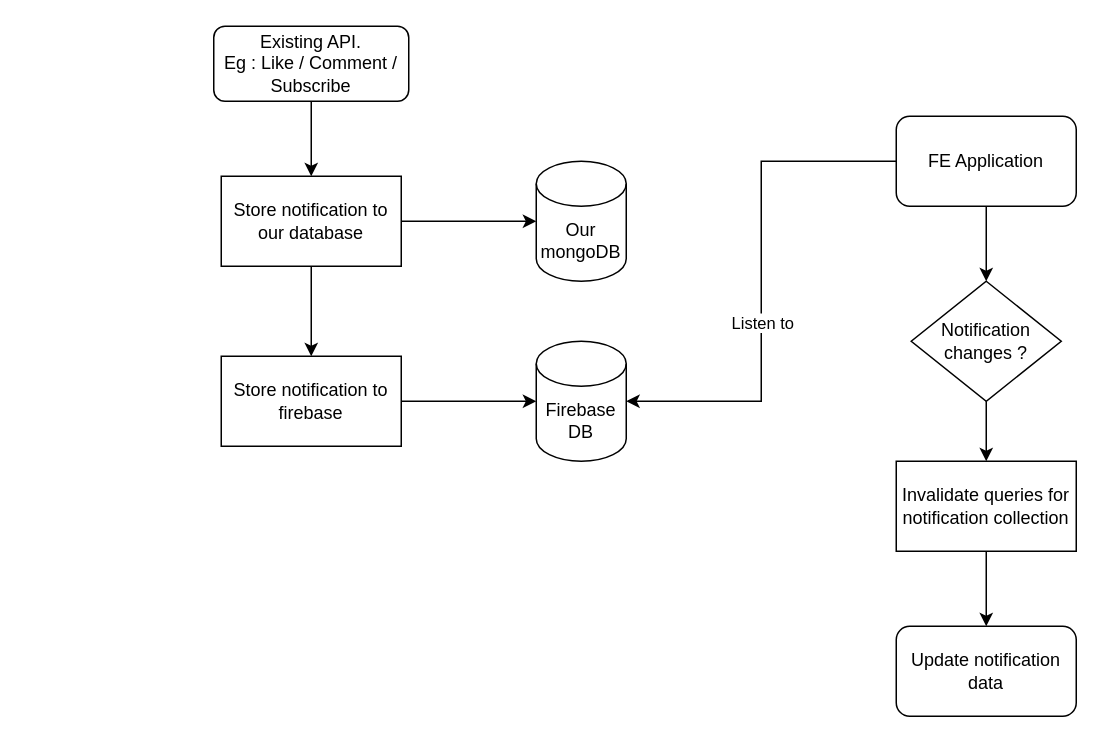
Before: push-notification/Untitled Diagram.drawio in sunakujira98/diagram, a draw.io diagram. Source tidied: cells renumbered, new cells numbered last; positions are measured from the earlier drawing's top-left corner, leaving out a move shared by most shapes. Both pictures are drawn from the tidied source at 150%, with x=0, y=0 at pixel (213, 26).
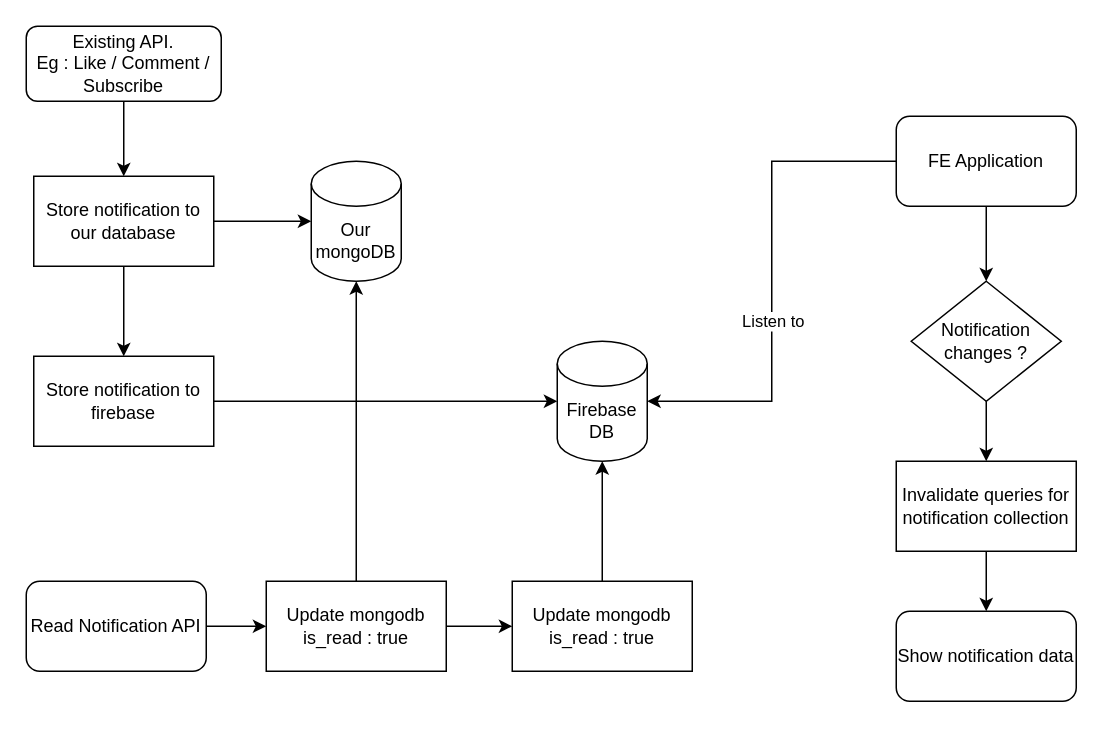
Above is the later version.

What changed in the source:
```diff
@@
     <mxCell id="3" value="Existing API.&lt;br&gt;Eg : Like / Comment / Subscribe" style="rounded=1;whiteSpace=wrap;html=1;fontSize=12;glass=0;strokeWidth=1;shadow=0;" parent="1" vertex="1">
-      <mxGeometry width="130" height="50" as="geometry" />
+      <mxGeometry x="-125" width="130" height="50" as="geometry" />
     </mxCell>
@@
     <mxCell id="10" value="Store notification to our database" style="rounded=0;whiteSpace=wrap;html=1;" parent="1" vertex="1">
-      <mxGeometry x="5" y="100" width="120" height="60" as="geometry" />
+      <mxGeometry x="-120" y="100" width="120" height="60" as="geometry" />
     </mxCell>
@@
     <mxCell id="12" value="Store notification to firebase" style="rounded=0;whiteSpace=wrap;html=1;" parent="1" vertex="1">
-      <mxGeometry x="5" y="220" width="120" height="60" as="geometry" />
+      <mxGeometry x="-120" y="220" width="120" height="60" as="geometry" />
     </mxCell>
@@
     <mxCell id="15" value="Firebase DB" style="shape=cylinder3;whiteSpace=wrap;html=1;boundedLbl=1;backgroundOutline=1;size=15;" parent="1" vertex="1">
-      <mxGeometry x="215" y="210" width="60" height="80" as="geometry" />
+      <mxGeometry x="229" y="210" width="60" height="80" as="geometry" />
     </mxCell>
     <mxCell id="16" value="Our mongoDB" style="shape=cylinder3;whiteSpace=wrap;html=1;boundedLbl=1;backgroundOutline=1;size=15;" parent="1" vertex="1">
-      <mxGeometry x="215" y="90" width="60" height="80" as="geometry" />
+      <mxGeometry x="65" y="90" width="60" height="80" as="geometry" />
     </mxCell>
@@
-    <mxCell id="23" value="Update notification data" style="rounded=1;whiteSpace=wrap;html=1;" parent="1" vertex="1">
-      <mxGeometry x="455" y="400" width="120" height="60" as="geometry" />
+    <mxCell id="23" value="Show notification data" style="rounded=1;whiteSpace=wrap;html=1;" parent="1" vertex="1">
+      <mxGeometry x="455" y="390" width="120" height="60" as="geometry" />
     </mxCell>
+    <mxCell id="24" style="edgeStyle=orthogonalEdgeStyle;rounded=0;jettySize=auto;html=1;" parent="1" edge="1" source="25" target="28">
+      <mxGeometry relative="1" as="geometry" />
+    </mxCell>
+    <mxCell id="25" value="Read Notification API" style="rounded=1;whiteSpace=wrap;html=1;" parent="1" vertex="1">
+      <mxGeometry x="-125" y="370" width="120" height="60" as="geometry" />
+    </mxCell>
+    <mxCell id="26" style="edgeStyle=orthogonalEdgeStyle;rounded=0;jettySize=auto;html=1;" parent="1" edge="1" source="28" target="29">
+      <mxGeometry relative="1" as="geometry" />
+    </mxCell>
+    <mxCell id="27" style="edgeStyle=orthogonalEdgeStyle;rounded=0;jettySize=auto;html=1;" parent="1" edge="1" source="28" target="16">
+      <mxGeometry relative="1" as="geometry" />
+    </mxCell>
+    <mxCell id="28" value="Update mongodb is_read : true" style="rounded=0;whiteSpace=wrap;html=1;" parent="1" vertex="1">
+      <mxGeometry x="35" y="370" width="120" height="60" as="geometry" />
+    </mxCell>
+    <mxCell id="29" value="Update mongodb is_read : true" style="rounded=0;whiteSpace=wrap;html=1;" parent="1" vertex="1">
+      <mxGeometry x="199" y="370" width="120" height="60" as="geometry" />
+    </mxCell>
+    <mxCell id="30" style="edgeStyle=orthogonalEdgeStyle;rounded=0;jettySize=auto;html=1;entryX=0.5;entryY=1;entryDx=0;entryDy=0;entryPerimeter=0;" parent="1" edge="1" source="29" target="15">
+      <mxGeometry relative="1" as="geometry" />
+    </mxCell>
```
